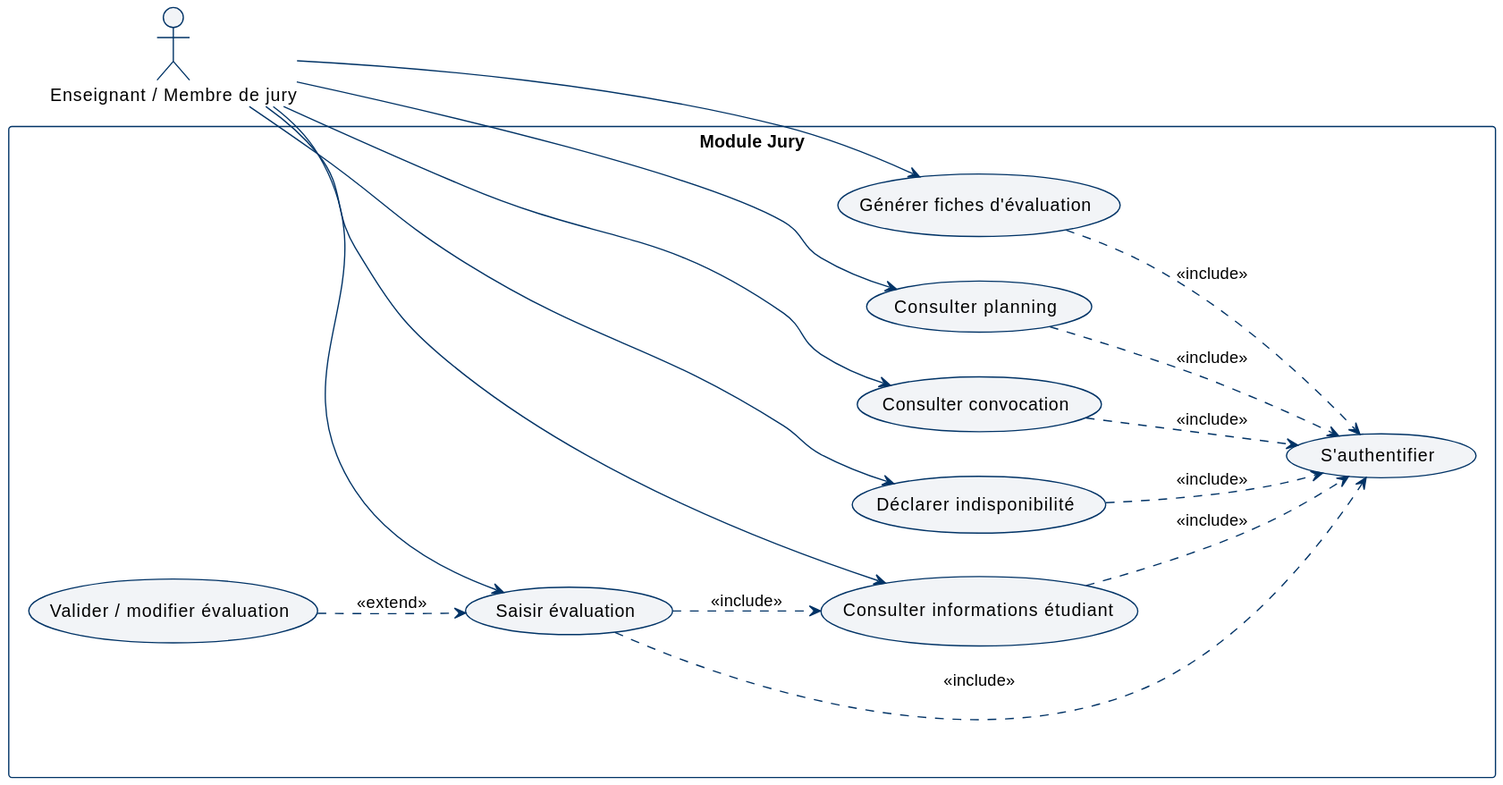
Before: docs/diagrams/svg/uc_jury.svg, a diagram exported from PlantUML (abdelaziz-ebourki/system-gestion-soutenance).
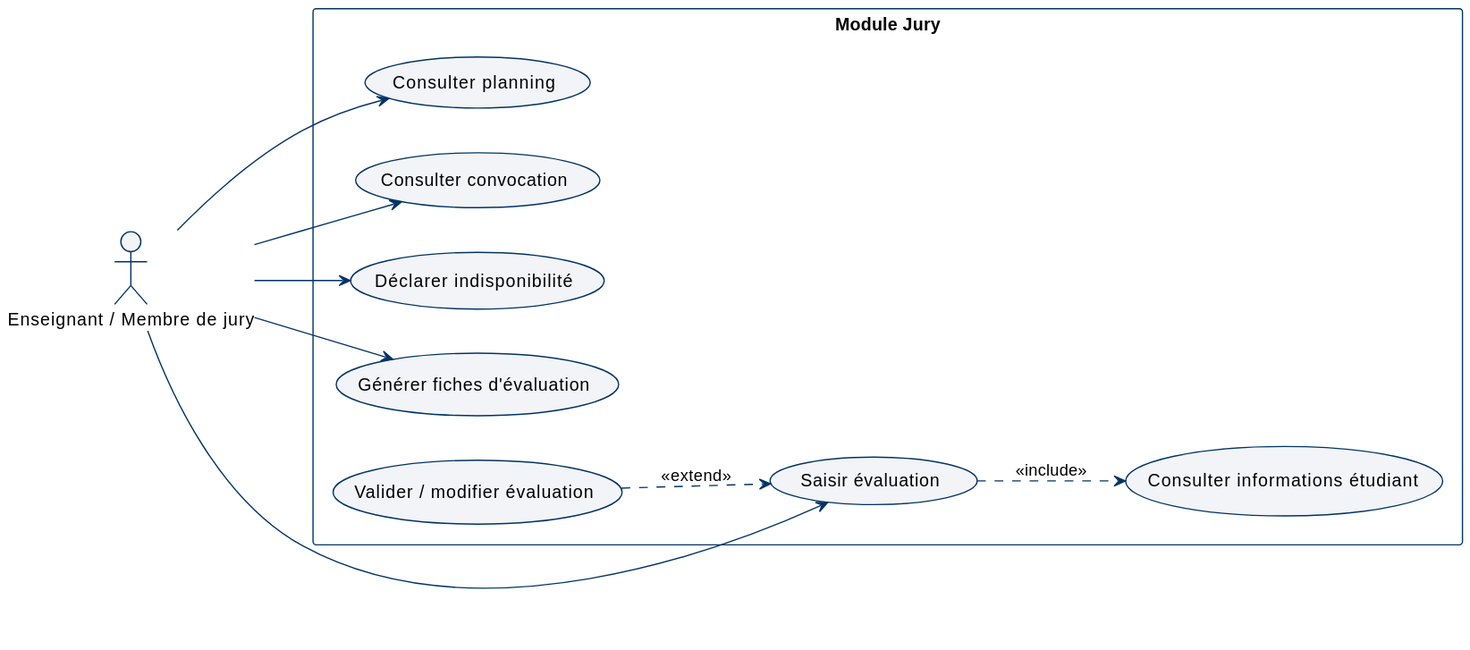
Later version of the same file.

The edit, as a diff of the source:
```diff
@@ -24,11 +24,11 @@
     usecase "Consulter planning" as UC1
     usecase "Consulter convocation" as UC2
     usecase "Déclarer indisponibilité" as UC3
-    usecase "Consulter informations étudiant" as UC4
-    usecase "Saisir évaluation" as UC5
+    usecase "Saisir évaluation" as UC4
+    usecase "Générer fiches d'évaluation" as UC5
+
     usecase "Valider / modifier évaluation" as UC6
-    usecase "Générer fiches d'évaluation" as UC7
-    usecase "S'authentifier" as Auth
+    usecase "Consulter informations étudiant" as UC7
 }
 
 Jury --> UC1
@@ -36,15 +36,7 @@
 Jury --> UC3
 Jury --> UC4
 Jury --> UC5
-Jury --> UC7
 
-UC6 ..> UC5 : <<extend>>
-UC5 ..> UC4 : <<include>>
-
-UC1 ..> Auth : <<include>>
-UC2 ..> Auth : <<include>>
-UC3 ..> Auth : <<include>>
-UC4 ..> Auth : <<include>>
-UC5 ..> Auth : <<include>>
-UC7 ..> Auth : <<include>>
+UC6 ..> UC4 : <<extend>>
+UC4 ..> UC7 : <<include>>
 @enduml
```
